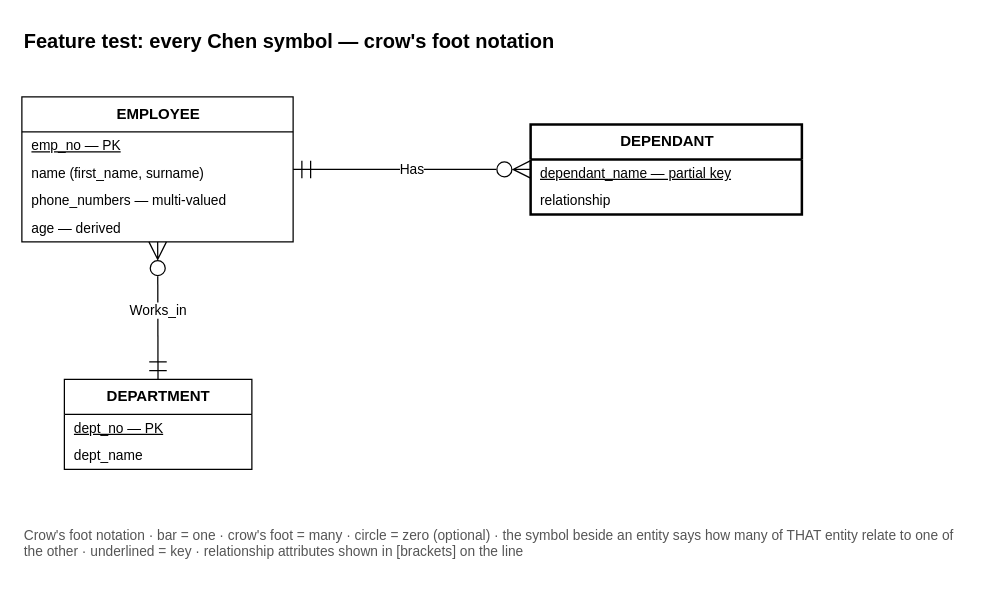
The draw.io diagram skills/drawio-skill/examples/erd-chen/features-crowsfoot.drawio in pearsekeenan23/drawio-skill, before the edit. Source tidied: cells renumbered, new cells numbered last; positions are measured from the earlier drawing's top-left corner, leaving out a move shared by most shapes. Both pictures are drawn from the tidied source at 125%, with x=0, y=0 at pixel (21, 21).
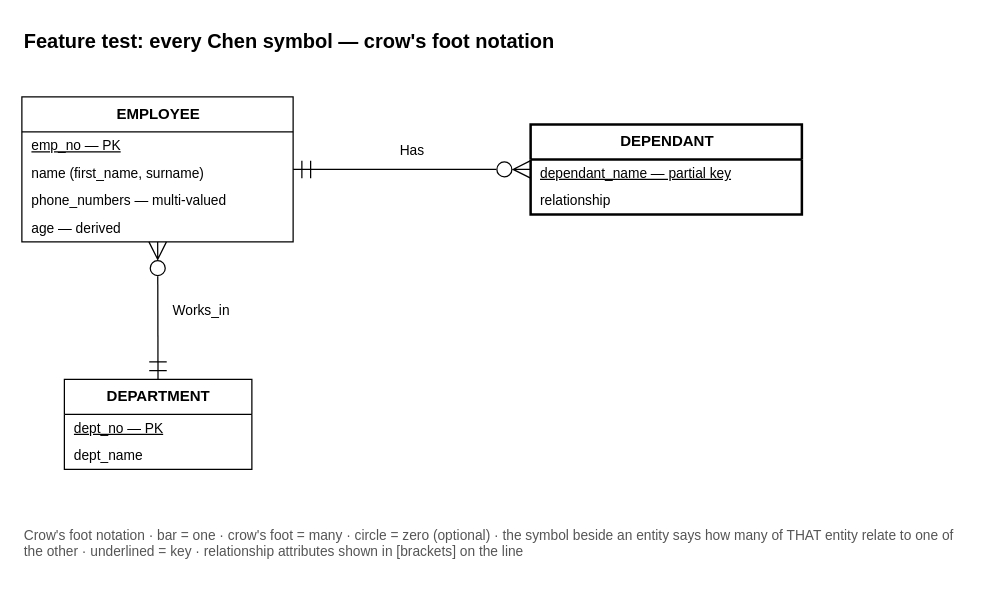
The same diagram, later.

What changed in the source:
```diff
@@
 <mxGraphModel>
   <root>
     <mxCell id="0" />
     <mxCell id="1" parent="0" />
     <mxCell id="2" value="Feature test: every Chen symbol — crow's foot notation" style="text;html=1;fontSize=16;fontStyle=1;align=left;verticalAlign=middle;" parent="1" vertex="1">
       <mxGeometry width="700" height="30" as="geometry" />
     </mxCell>
     <mxCell id="3" value="EMPLOYEE" style="swimlane;fontStyle=1;horizontal=1;startSize=28;html=1;fillColor=#ffffff;strokeColor=#000000;" parent="1" vertex="1">
       <mxGeometry y="60" width="217" height="116" as="geometry" />
     </mxCell>
     <mxCell id="4" value="emp_no  — PK" style="text;strokeColor=none;fillColor=none;align=left;verticalAlign=middle;spacingLeft=6;spacingRight=4;overflow=hidden;html=1;fontSize=11;fontStyle=4;" parent="3" vertex="1">
       <mxGeometry y="28" width="217" height="22" as="geometry" />
     </mxCell>
     <mxCell id="5" value="name (first_name, surname)" style="text;strokeColor=none;fillColor=none;align=left;verticalAlign=middle;spacingLeft=6;spacingRight=4;overflow=hidden;html=1;fontSize=11;" parent="3" vertex="1">
       <mxGeometry y="50" width="217" height="22" as="geometry" />
     </mxCell>
     <mxCell id="6" value="phone_numbers  — multi-valued" style="text;strokeColor=none;fillColor=none;align=left;verticalAlign=middle;spacingLeft=6;spacingRight=4;overflow=hidden;html=1;fontSize=11;" parent="3" vertex="1">
       <mxGeometry y="72" width="217" height="22" as="geometry" />
     </mxCell>
     <mxCell id="7" value="age  — derived" style="text;strokeColor=none;fillColor=none;align=left;verticalAlign=middle;spacingLeft=6;spacingRight=4;overflow=hidden;html=1;fontSize=11;" parent="3" vertex="1">
       <mxGeometry y="94" width="217" height="22" as="geometry" />
     </mxCell>
     <mxCell id="8" value="DEPENDANT" style="swimlane;fontStyle=1;horizontal=1;startSize=28;html=1;fillColor=#ffffff;strokeColor=#000000;strokeWidth=2;" parent="1" vertex="1">
       <mxGeometry x="407" y="82" width="217" height="72" as="geometry" />
     </mxCell>
     <mxCell id="9" value="dependant_name  — partial key" style="text;strokeColor=none;fillColor=none;align=left;verticalAlign=middle;spacingLeft=6;spacingRight=4;overflow=hidden;html=1;fontSize=11;fontStyle=4;" parent="8" vertex="1">
       <mxGeometry y="28" width="217" height="22" as="geometry" />
     </mxCell>
     <mxCell id="10" value="relationship" style="text;strokeColor=none;fillColor=none;align=left;verticalAlign=middle;spacingLeft=6;spacingRight=4;overflow=hidden;html=1;fontSize=11;" parent="8" vertex="1">
       <mxGeometry y="50" width="217" height="22" as="geometry" />
     </mxCell>
     <mxCell id="11" value="DEPARTMENT" style="swimlane;fontStyle=1;horizontal=1;startSize=28;html=1;fillColor=#ffffff;strokeColor=#000000;" parent="1" vertex="1">
       <mxGeometry x="34" y="286" width="150" height="72" as="geometry" />
     </mxCell>
     <mxCell id="12" value="dept_no  — PK" style="text;strokeColor=none;fillColor=none;align=left;verticalAlign=middle;spacingLeft=6;spacingRight=4;overflow=hidden;html=1;fontSize=11;fontStyle=4;" parent="11" vertex="1">
       <mxGeometry y="28" width="150" height="22" as="geometry" />
     </mxCell>
     <mxCell id="13" value="dept_name" style="text;strokeColor=none;fillColor=none;align=left;verticalAlign=middle;spacingLeft=6;spacingRight=4;overflow=hidden;html=1;fontSize=11;" parent="11" vertex="1">
       <mxGeometry y="50" width="150" height="22" as="geometry" />
     </mxCell>
-    <mxCell id="14" value="Has" style="html=1;rounded=0;fontSize=11;labelBackgroundColor=#ffffff;endSize=12;startSize=12;strokeColor=#000000;startArrow=ERmandOne;startFill=0;endArrow=ERzeroToMany;endFill=0;" parent="1" edge="1" source="3" target="8">
+    <mxCell id="14" value="Has" style="html=1;rounded=0;fontSize=11;labelBackgroundColor=none;endSize=12;startSize=12;verticalAlign=bottom;align=center;spacingBottom=6;strokeColor=#000000;startArrow=ERmandOne;startFill=0;endArrow=ERzeroToMany;endFill=0;" parent="1" edge="1" source="3" target="8">
       <mxGeometry relative="1" as="geometry" />
     </mxCell>
-    <mxCell id="15" value="Works_in" style="html=1;rounded=0;fontSize=11;labelBackgroundColor=#ffffff;endSize=12;startSize=12;strokeColor=#000000;startArrow=ERzeroToMany;startFill=0;endArrow=ERmandOne;endFill=0;" parent="1" edge="1" source="3" target="11">
+    <mxCell id="15" value="Works_in" style="html=1;rounded=0;fontSize=11;labelBackgroundColor=none;endSize=12;startSize=12;verticalAlign=middle;align=left;spacingLeft=10;strokeColor=#000000;startArrow=ERzeroToMany;startFill=0;endArrow=ERmandOne;endFill=0;" parent="1" edge="1" source="3" target="11">
       <mxGeometry relative="1" as="geometry" />
     </mxCell>
     <mxCell id="16" value="Crow's foot notation · bar = one · crow's foot = many · circle = zero (optional) · the symbol beside an entity says how many of THAT entity relate to one of the other · underlined = key · relationship attributes shown in [brackets] on the line" style="text;html=1;fontSize=11;align=left;verticalAlign=top;fontColor=#555555;whiteSpace=wrap;" parent="1" vertex="1">
       <mxGeometry y="398" width="760" height="40" as="geometry" />
     </mxCell>
   </root>
 </mxGraphModel>
```
